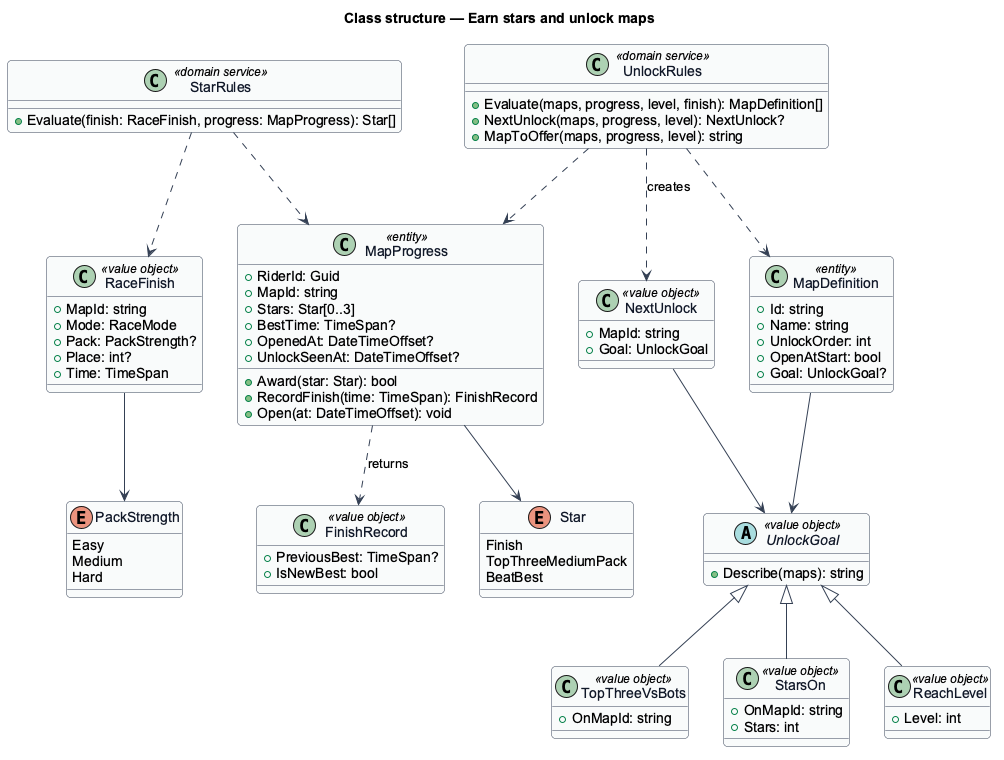
Earlier version of the PlantUML export docs/detailed-designs/progression/earn-stars-and-unlock-maps/diagrams/class-structure.png (QuinntyneBrown/ride-one). Its diagram source:
```plantuml
@startuml
skinparam backgroundColor #FFFFFF
skinparam shadowing false
skinparam roundcorner 8
skinparam defaultFontName Arial
skinparam ArrowColor #344054
skinparam class {
  BorderColor #344054
  FontColor #101828
  BackgroundColor #F9FAFB
}
title Class structure — Earn stars and unlock maps
enum Star {
  Finish
  TopThreeMediumPack
  BeatBest
}
enum PackStrength {
  Easy
  Medium
  Hard
}
abstract class UnlockGoal <<value object>> {
  +Describe(maps): string
}
class TopThreeVsBots <<value object>> {
  +OnMapId: string
}
class StarsOn <<value object>> {
  +OnMapId: string
  +Stars: int
}
class ReachLevel <<value object>> {
  +Level: int
}
class MapDefinition <<entity>> {
  +Id: string
  +Name: string
  +UnlockOrder: int
  +OpenAtStart: bool
  +Goal: UnlockGoal?
}
class MapProgress <<entity>> {
  +RiderId: Guid
  +MapId: string
  +Stars: Star[0..3]
  +BestTime: TimeSpan?
  +OpenedAt: DateTimeOffset?
  +UnlockSeenAt: DateTimeOffset?
  +Award(star: Star): bool
  +RecordFinish(time: TimeSpan): FinishRecord
  +Open(at: DateTimeOffset): void
}
class FinishRecord <<value object>> {
  +PreviousBest: TimeSpan?
  +IsNewBest: bool
}
class RaceFinish <<value object>> {
  +MapId: string
  +Mode: RaceMode
  +Pack: PackStrength?
  +Place: int?
  +Time: TimeSpan
}
class StarRules <<domain service>> {
  +Evaluate(finish: RaceFinish, progress: MapProgress): Star[]
}
class UnlockRules <<domain service>> {
  +Evaluate(maps, progress, level, finish): MapDefinition[]
  +NextUnlock(maps, progress, level): NextUnlock?
  +MapToOffer(maps, progress, level): string
}
class NextUnlock <<value object>> {
  +MapId: string
  +Goal: UnlockGoal
}
UnlockGoal <|-- TopThreeVsBots
UnlockGoal <|-- StarsOn
UnlockGoal <|-- ReachLevel
MapDefinition --> UnlockGoal
MapProgress --> Star
MapProgress ..> FinishRecord : returns
RaceFinish --> PackStrength
StarRules ..> RaceFinish
StarRules ..> MapProgress
UnlockRules ..> MapDefinition
UnlockRules ..> MapProgress
UnlockRules ..> NextUnlock : creates
NextUnlock --> UnlockGoal
@enduml
```
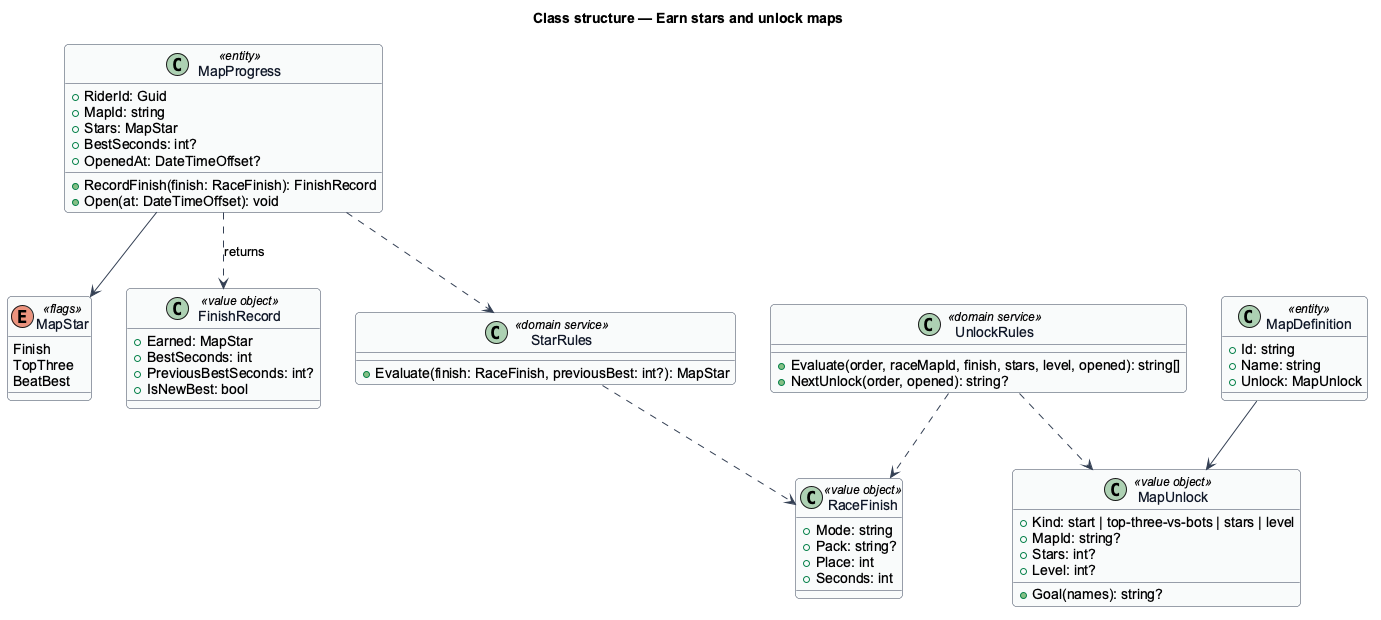
After the change.

Commit message:
Bring the stars and unlocks design in line with what was built

The edit, as a diff of the source:
```diff
@@ -10,81 +10,56 @@
   BackgroundColor #F9FAFB
 }
 title Class structure — Earn stars and unlock maps
-enum Star {
+enum MapStar <<flags>> {
   Finish
-  TopThreeMediumPack
+  TopThree
   BeatBest
 }
-enum PackStrength {
-  Easy
-  Medium
-  Hard
-}
-abstract class UnlockGoal <<value object>> {
-  +Describe(maps): string
-}
-class TopThreeVsBots <<value object>> {
-  +OnMapId: string
-}
-class StarsOn <<value object>> {
-  +OnMapId: string
-  +Stars: int
-}
-class ReachLevel <<value object>> {
-  +Level: int
+class MapUnlock <<value object>> {
+  +Kind: start | top-three-vs-bots | stars | level
+  +MapId: string?
+  +Stars: int?
+  +Level: int?
+  +Goal(names): string?
 }
 class MapDefinition <<entity>> {
   +Id: string
   +Name: string
-  +UnlockOrder: int
-  +OpenAtStart: bool
-  +Goal: UnlockGoal?
+  +Unlock: MapUnlock
 }
 class MapProgress <<entity>> {
   +RiderId: Guid
   +MapId: string
-  +Stars: Star[0..3]
-  +BestTime: TimeSpan?
+  +Stars: MapStar
+  +BestSeconds: int?
   +OpenedAt: DateTimeOffset?
-  +UnlockSeenAt: DateTimeOffset?
-  +Award(star: Star): bool
-  +RecordFinish(time: TimeSpan): FinishRecord
+  +RecordFinish(finish: RaceFinish): FinishRecord
   +Open(at: DateTimeOffset): void
 }
 class FinishRecord <<value object>> {
-  +PreviousBest: TimeSpan?
+  +Earned: MapStar
+  +BestSeconds: int
+  +PreviousBestSeconds: int?
   +IsNewBest: bool
 }
 class RaceFinish <<value object>> {
-  +MapId: string
-  +Mode: RaceMode
-  +Pack: PackStrength?
-  +Place: int?
-  +Time: TimeSpan
+  +Mode: string
+  +Pack: string?
+  +Place: int
+  +Seconds: int
 }
 class StarRules <<domain service>> {
-  +Evaluate(finish: RaceFinish, progress: MapProgress): Star[]
+  +Evaluate(finish: RaceFinish, previousBest: int?): MapStar
 }
 class UnlockRules <<domain service>> {
-  +Evaluate(maps, progress, level, finish): MapDefinition[]
-  +NextUnlock(maps, progress, level): NextUnlock?
-  +MapToOffer(maps, progress, level): string
+  +Evaluate(order, raceMapId, finish, stars, level, opened): string[]
+  +NextUnlock(order, opened): string?
 }
-class NextUnlock <<value object>> {
-  +MapId: string
-  +Goal: UnlockGoal
-}
-UnlockGoal <|-- TopThreeVsBots
-UnlockGoal <|-- StarsOn
-UnlockGoal <|-- ReachLevel
-MapDefinition --> UnlockGoal
-MapProgress --> Star
+MapDefinition --> MapUnlock
+MapProgress --> MapStar
 MapProgress ..> FinishRecord : returns
-RaceFinish --> PackStrength
+MapProgress ..> StarRules
 StarRules ..> RaceFinish
-StarRules ..> MapProgress
-UnlockRules ..> MapDefinition
-UnlockRules ..> MapProgress
-UnlockRules ..> NextUnlock : creates
-NextUnlock --> UnlockGoal
+UnlockRules ..> MapUnlock
+UnlockRules ..> RaceFinish
 @enduml
```
